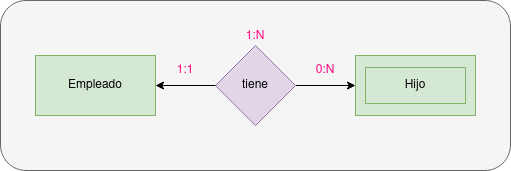
Before: Tareas/UD2-INTERPRETACIÓN DE DIAGRAMAS ENTIDAD-RELACIÓN/Ejercicio Básico ER/8empleadoHijo.drawio.png, a diagram exported from draw.io (popadron/base-de-datos). Source tidied: cells renumbered, new cells last; positions are measured from the earlier drawing's top-left corner, leaving out a move shared by most shapes.
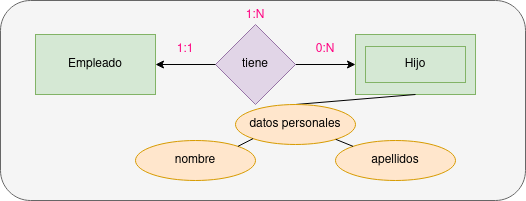
The same diagram one commit later.

What changed in the source:
```diff
@@ -3,7 +3,7 @@
     <mxCell id="0" />
     <mxCell id="1" parent="0" />
     <mxCell id="2" style="rounded=1;whiteSpace=wrap;html=1;fillColor=#f5f5f5;strokeColor=#666666;fontColor=#333333;" parent="1" vertex="1">
-      <mxGeometry width="510" height="170" as="geometry" />
+      <mxGeometry y="21" width="525" height="200" as="geometry" />
     </mxCell>
     <mxCell id="3" value="Empleado" style="rounded=0;whiteSpace=wrap;html=1;fillColor=#d5e8d4;strokeColor=#82b366;" parent="1" vertex="1">
       <mxGeometry x="35" y="55" width="120" height="60" as="geometry" />
@@ -32,5 +32,23 @@
     <mxCell id="11" value="Hijo" style="rounded=0;whiteSpace=wrap;html=1;fillColor=#d5e8d4;strokeColor=#82b366;" parent="1" vertex="1">
       <mxGeometry x="365" y="67" width="100" height="36" as="geometry" />
     </mxCell>
+    <mxCell id="12" style="endArrow=none;html=1;rounded=0;exitX=0.5;exitY=0;exitDx=0;exitDy=0;entryX=0.5;entryY=1;entryDx=0;entryDy=0;" parent="1" edge="1" source="15" target="4">
+      <mxGeometry relative="1" as="geometry" />
+    </mxCell>
+    <mxCell id="13" value="nombre&lt;span style=&quot;white-space: pre;&quot;&gt;&lt;/span&gt;" style="ellipse;whiteSpace=wrap;html=1;fillColor=#ffe6cc;strokeColor=#d79b00;" parent="1" vertex="1">
+      <mxGeometry x="135" y="161" width="120" height="40" as="geometry" />
+    </mxCell>
+    <mxCell id="14" value="apellidos" style="ellipse;whiteSpace=wrap;html=1;fillColor=#ffe6cc;strokeColor=#d79b00;" parent="1" vertex="1">
+      <mxGeometry x="335" y="161" width="120" height="40" as="geometry" />
+    </mxCell>
+    <mxCell id="15" value="datos personales" style="ellipse;whiteSpace=wrap;html=1;fillColor=#ffe6cc;strokeColor=#d79b00;" parent="1" vertex="1">
+      <mxGeometry x="235" y="125" width="120" height="40" as="geometry" />
+    </mxCell>
+    <mxCell id="16" style="endArrow=none;html=1;rounded=0;entryX=0;entryY=0;entryDx=0;entryDy=0;" parent="1" edge="1" source="15" target="14">
+      <mxGeometry relative="1" as="geometry" />
+    </mxCell>
+    <mxCell id="17" style="endArrow=none;html=1;rounded=0;entryX=1;entryY=0;entryDx=0;entryDy=0;exitX=0;exitY=1;exitDx=0;exitDy=0;" parent="1" edge="1" source="15" target="13">
+      <mxGeometry relative="1" as="geometry" />
+    </mxCell>
   </root>
 </mxGraphModel>
```
